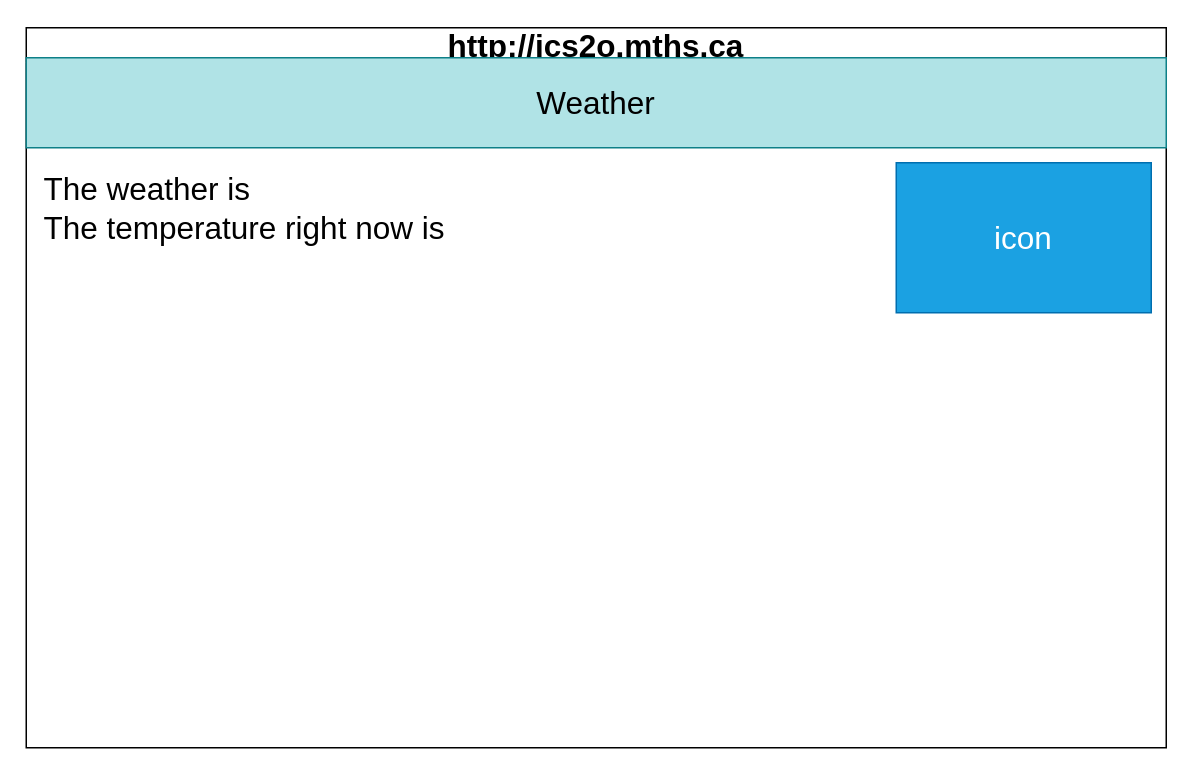
Before: design/storyboard.drawio in MTHS-ICS2O-2-2022/ICS2O-Unit-6-03-charlotte-jhu, a draw.io diagram. Source tidied: cells renumbered, new cells numbered last; positions are measured from the earlier drawing's top-left corner, leaving out a move shared by most shapes. Both pictures are drawn from the tidied source at 150%, with x=0, y=0 at pixel (26, 27).
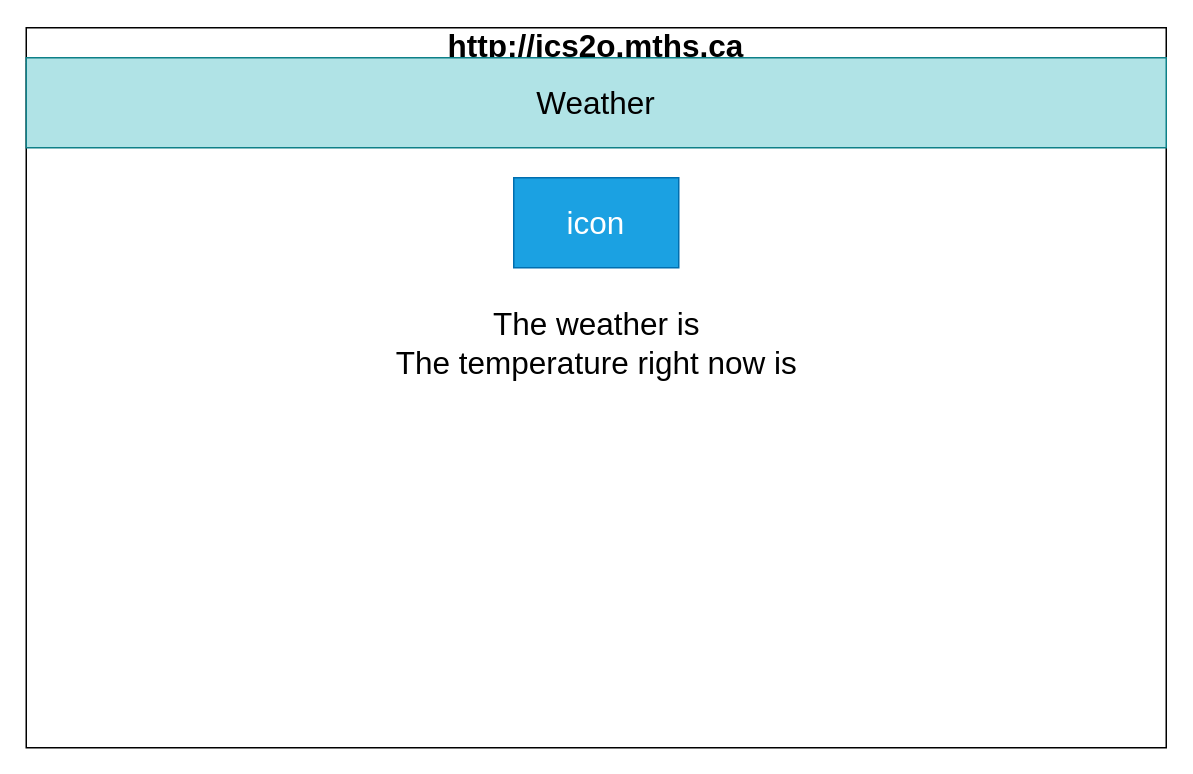
Above is the later version.

Diff of the diagram source:
```diff
@@
 <mxGraphModel background="#ffffff">
   <root>
     <mxCell id="0" />
     <mxCell id="1" parent="0" />
     <mxCell id="2" value="http://ics2o.mths.ca" style="swimlane;whiteSpace=wrap;html=1;fontColor=#000000;fontSize=21;" parent="1" vertex="1">
       <mxGeometry width="760" height="480" as="geometry" />
     </mxCell>
     <mxCell id="3" value="Weather" style="whiteSpace=wrap;html=1;fillColor=#b0e3e6;strokeColor=#0e8088;fontSize=21;fontColor=#000000;" parent="2" vertex="1">
       <mxGeometry y="20" width="760" height="60" as="geometry" />
     </mxCell>
-    <mxCell id="4" value="The weather is&lt;br&gt;The temperature right now is" style="text;html=1;align=left;verticalAlign=middle;strokeColor=none;fillColor=none;fontSize=21;fontColor=#000000;" parent="2" vertex="1">
-      <mxGeometry x="10" y="90" width="290" height="60" as="geometry" />
+    <mxCell id="4" value="The weather is&lt;br&gt;The temperature right now is" style="text;html=1;align=center;verticalAlign=middle;strokeColor=none;fillColor=none;fontSize=21;fontColor=#000000;" parent="2" vertex="1">
+      <mxGeometry x="235" y="180" width="290" height="60" as="geometry" />
     </mxCell>
     <mxCell id="5" value="icon" style="whiteSpace=wrap;html=1;fontSize=21;fillColor=#1ba1e2;strokeColor=#006EAF;fontColor=#ffffff;" parent="2" vertex="1">
-      <mxGeometry x="580" y="90" width="170" height="100" as="geometry" />
+      <mxGeometry x="325" y="100" width="110" height="60" as="geometry" />
     </mxCell>
   </root>
 </mxGraphModel>
```
